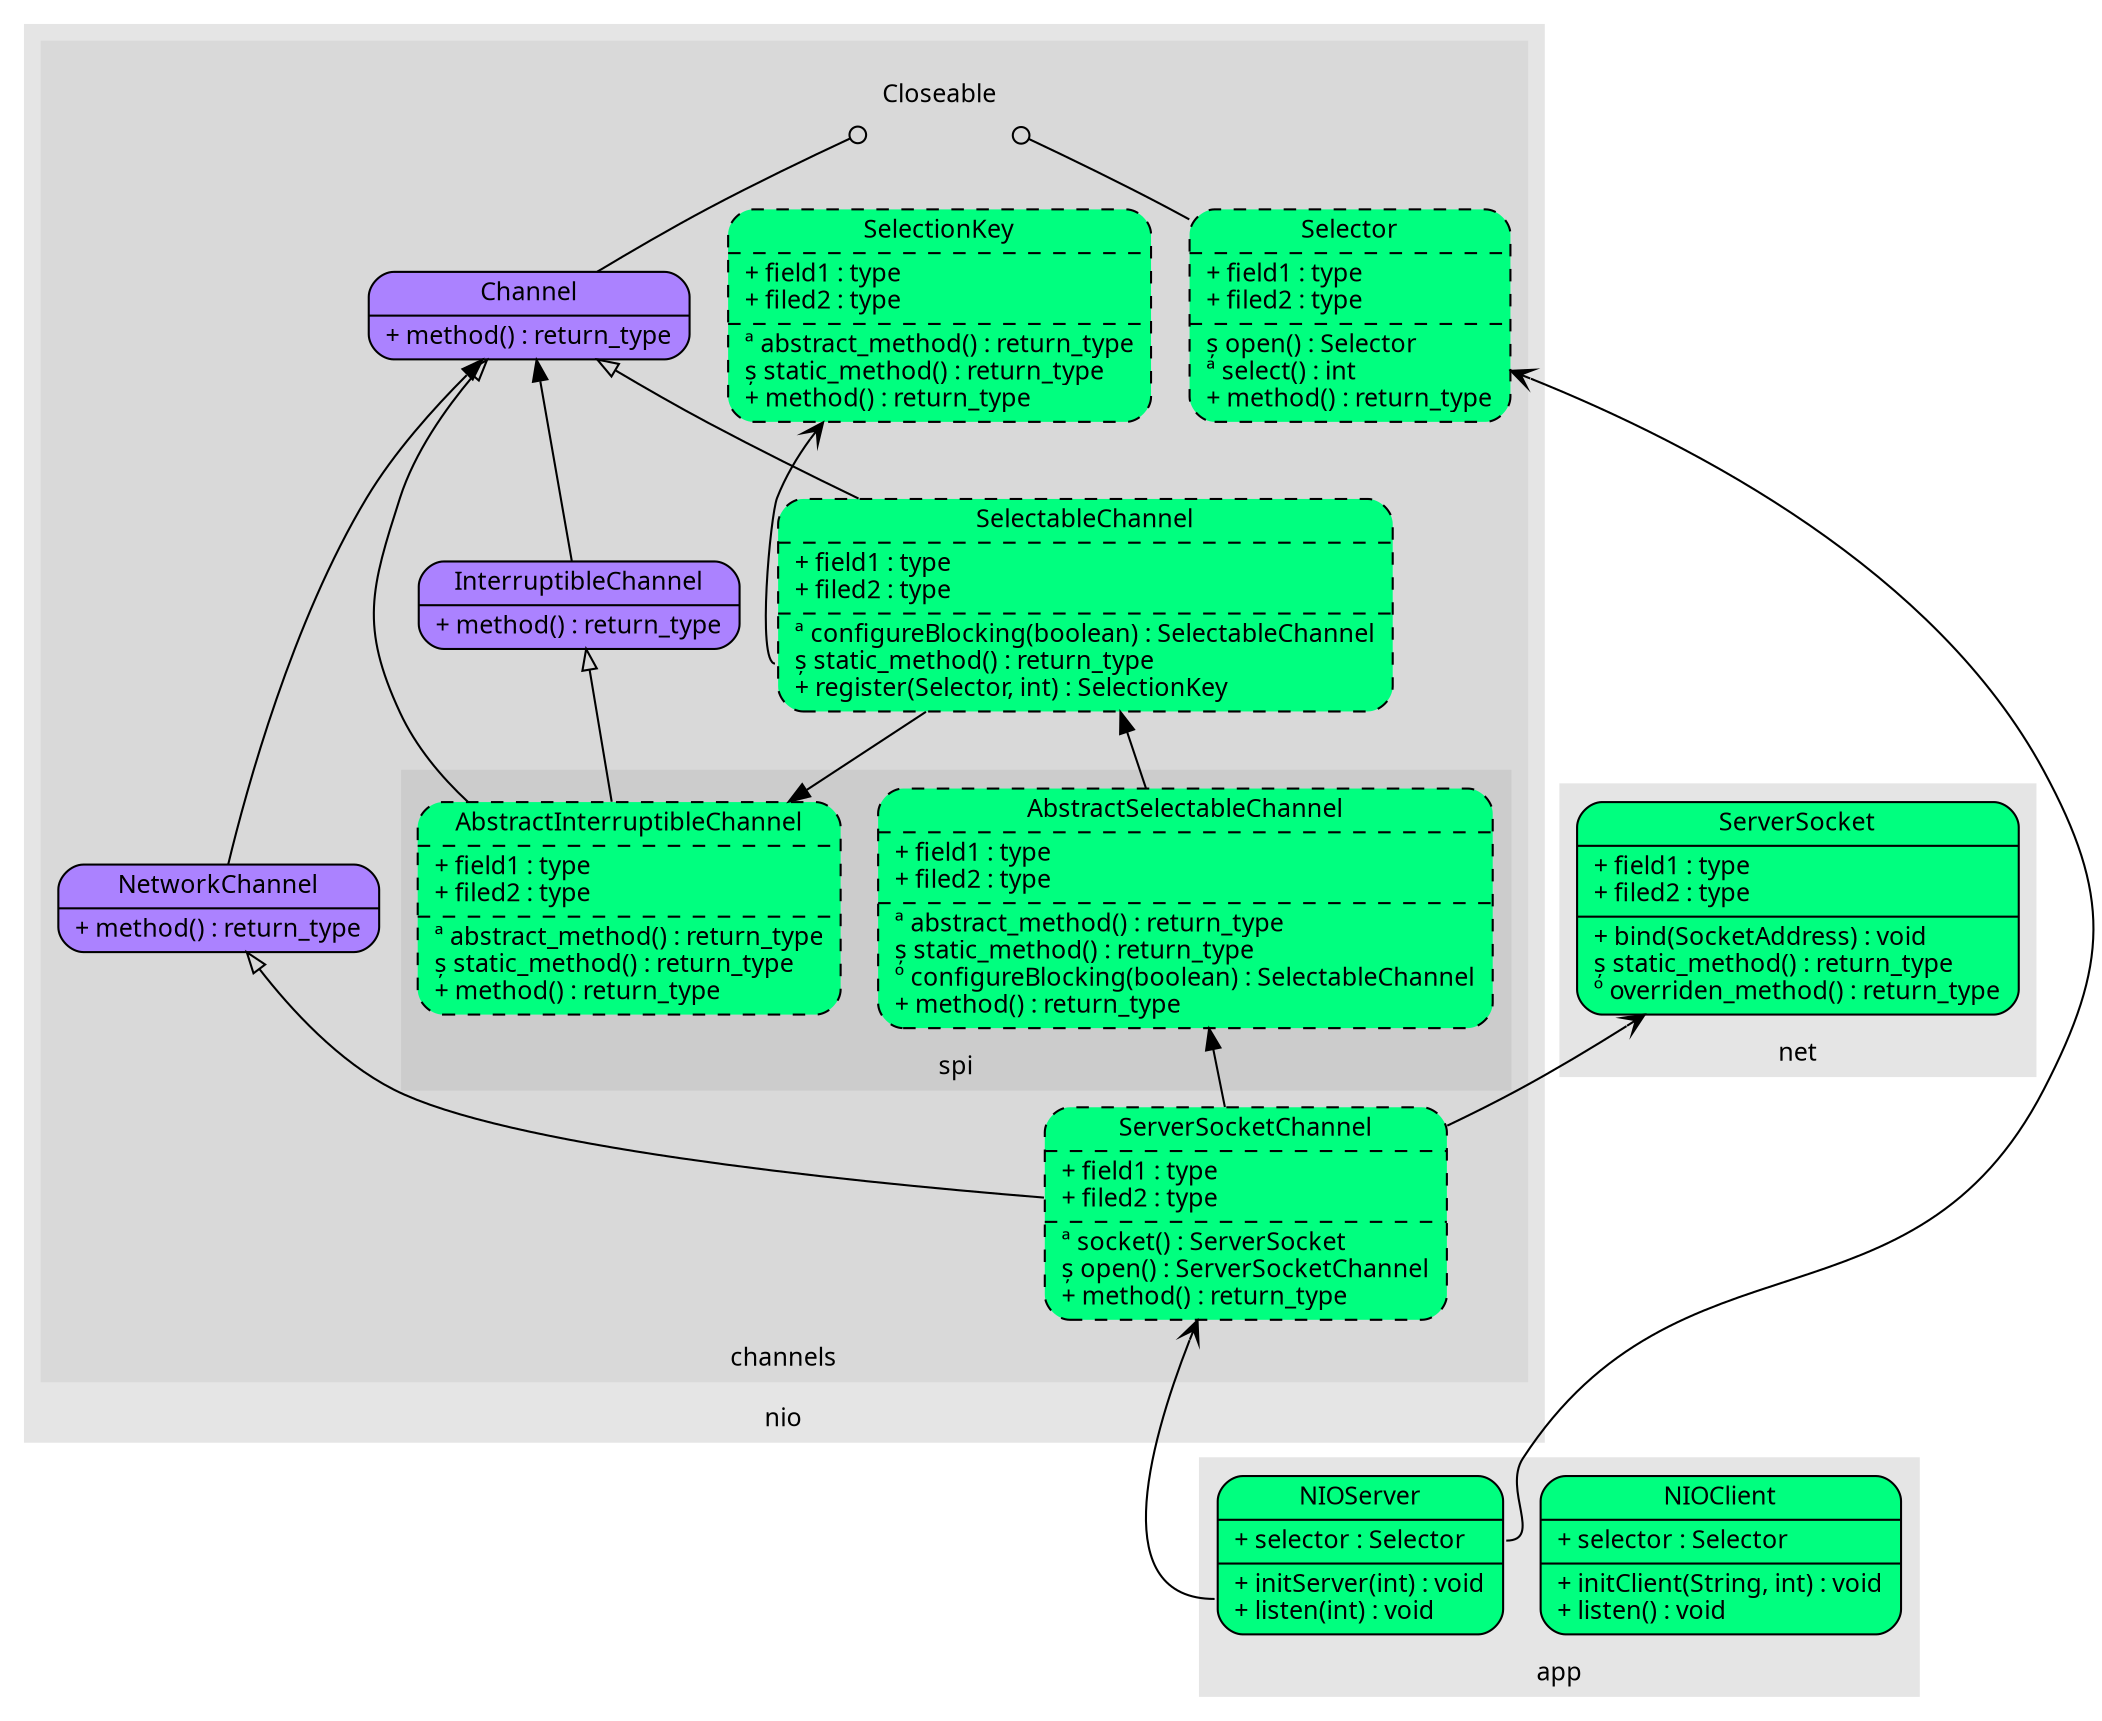
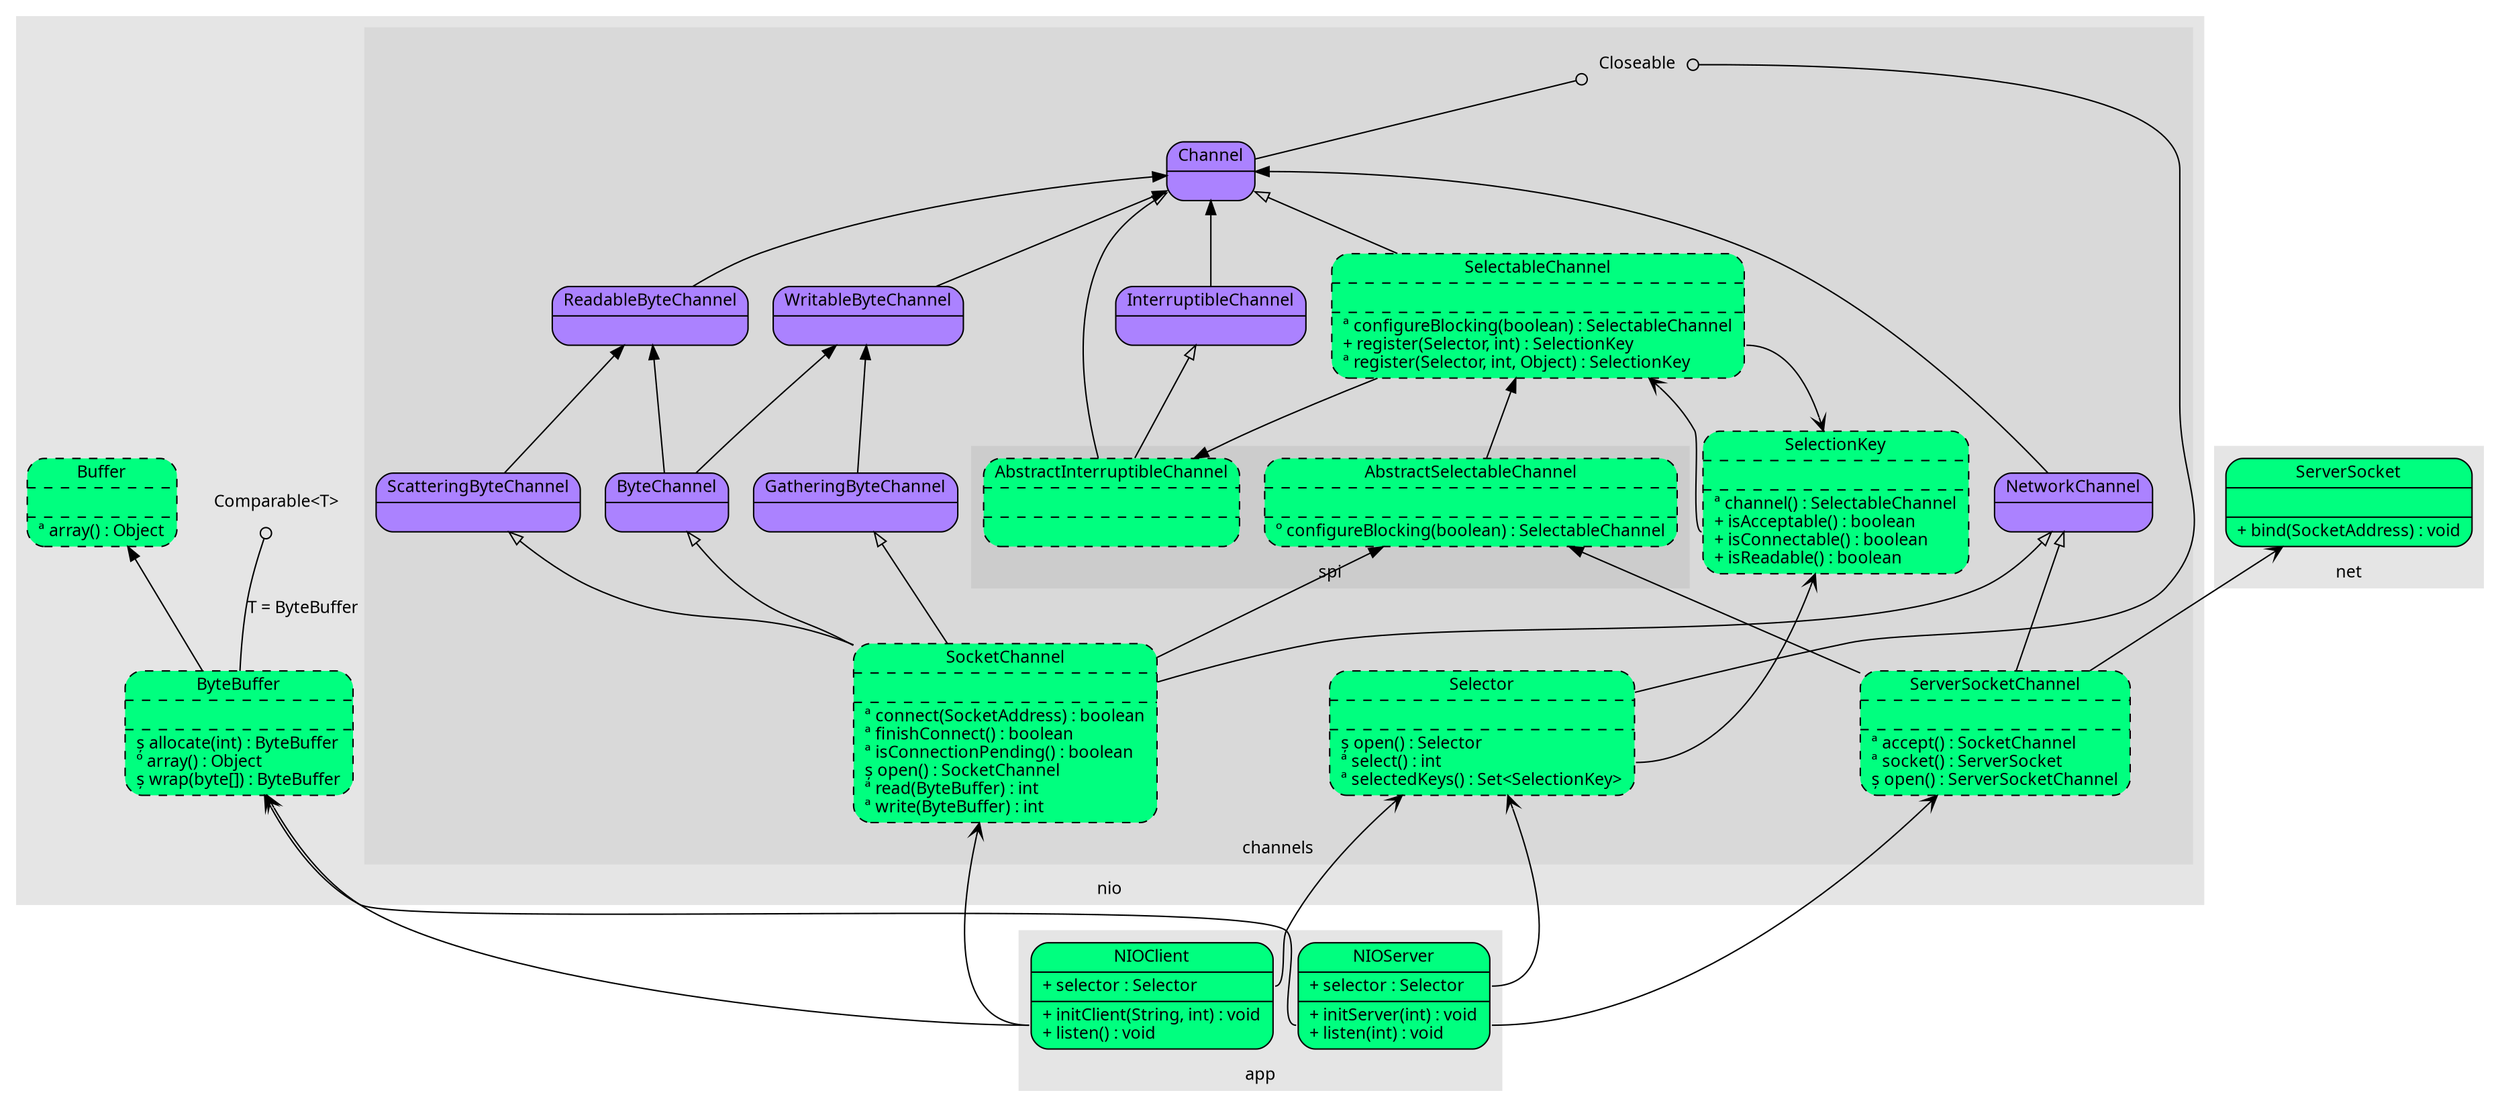
digraph io {
	rankdir = BT;
    fontname = "Verdana";
    fontsize = 12;
    node [fontname = "Verdana", fontsize = 12, shape = "record"];
    edge [fontname = "Verdana", fontsize = 12];

	subgraph cluster10 {
		label = "app";
		style = filled;
		color = grey90;
		NIOClient [label = "{<f0>NIOClient|<f1>+ selector : Selector\l|<f2>+ initClient(String, int) : void\l+ listen() : void\l}", style = "rounded, filled", fillcolor = "springgreen"];
		NIOServer [label = "{<f0>NIOServer|<f1>+ selector : Selector\l|<f2>+ initServer(int) : void\l+ listen(int) : void\l}", style = "rounded, filled", fillcolor = "springgreen"];
	}

	subgraph cluster25 {
		label = "net";
		style = filled;
		color = grey90;
- 		ServerSocket [label = "{<f0>ServerSocket|<f1>+ field1 : type\l+ filed2 : type\l|<f2>+ bind(SocketAddress) : void\l&#537; static_method() : return_type\l&#186; overriden_method() : return_type\l}", style = "rounded, filled", fillcolor = "springgreen"];
+ 		ServerSocket [label = "{<f0>ServerSocket|<f1>|<f2>+ bind(SocketAddress) : void\l}", style = "rounded, filled", fillcolor = "springgreen"];
	}

	subgraph cluster50 {
		label = "nio";
		style = filled;
		color = grey90;
+ 		Buffer [label = "{<f0>Buffer|<f1>|<f2>&#170; array() : Object\l}", style = "rounded, filled, dashed", fillcolor = "springgreen"];
+ 		ByteBuffer [label = "{<f0>ByteBuffer|<f1>|<f2>&#537; allocate(int) : ByteBuffer\l&#186; array() : Object\l&#537; wrap(byte[]) : ByteBuffer\l}", style = "rounded, filled, dashed", fillcolor = "springgreen"];
+ 		Comparable [shape = "plaintext", label = "Comparable&lt;T&gt;"];

		subgraph cluster50 {
			label = "channels";
			style = filled;
			color = grey85;
- 			Channel [label = "{<f0>Channel|<f2>+ method() : return_type\l}", style = "rounded, filled", fillcolor = "mediumpurple1"];
+ 			ByteChannel [label = "{<f0>ByteChannel|<f2>}", style = "rounded, filled", fillcolor = "mediumpurple1"];
+ 			Channel [label = "{<f0>Channel|<f2>}", style = "rounded, filled", fillcolor = "mediumpurple1"];
			Closeable [shape = "plaintext", label = "Closeable"];
- 			InterruptibleChannel [label = "{<f0>InterruptibleChannel|<f2>+ method() : return_type\l}", style = "rounded, filled", fillcolor = "mediumpurple1"];
- 			NetworkChannel [label = "{<f0>NetworkChannel|<f2>+ method() : return_type\l}", style = "rounded, filled", fillcolor = "mediumpurple1"];
- 			SelectableChannel [label = "{<f0>SelectableChannel|<f1>+ field1 : type\l+ filed2 : type\l|<f2>&#170; configureBlocking(boolean) : SelectableChannel\l&#537; static_method() : return_type\l+ register(Selector, int) : SelectionKey\l}", style = "rounded, filled, dashed", fillcolor = "springgreen"];
- 			SelectionKey [label = "{<f0>SelectionKey|<f1>+ field1 : type\l+ filed2 : type\l|<f2>&#170; abstract_method() : return_type\l&#537; static_method() : return_type\l+ method() : return_type\l}", style = "rounded, filled, dashed", fillcolor = "springgreen"];
- 			Selector [label = "{<f0>Selector|<f1>+ field1 : type\l+ filed2 : type\l|<f2>&#537; open() : Selector\l&#170; select() : int\l+ method() : return_type\l}", style = "rounded, filled, dashed", fillcolor = "springgreen"];
- 			ServerSocketChannel [label = "{<f0>ServerSocketChannel|<f1>+ field1 : type\l+ filed2 : type\l|<f2>&#170; socket() : ServerSocket\l&#537; open() : ServerSocketChannel\l+ method() : return_type\l}", style = "rounded, filled, dashed", fillcolor = "springgreen"];
+ 			GatheringByteChannel [label = "{<f0>GatheringByteChannel|<f2>}", style = "rounded, filled", fillcolor = "mediumpurple1"];
+ 			InterruptibleChannel [label = "{<f0>InterruptibleChannel|<f2>}", style = "rounded, filled", fillcolor = "mediumpurple1"];
+ 			NetworkChannel [label = "{<f0>NetworkChannel|<f2>}", style = "rounded, filled", fillcolor = "mediumpurple1"];
+ 			ReadableByteChannel [label = "{<f0>ReadableByteChannel|<f2>}", style = "rounded, filled", fillcolor = "mediumpurple1"];
+ 			ScatteringByteChannel [label = "{<f0>ScatteringByteChannel|<f2>}", style = "rounded, filled", fillcolor = "mediumpurple1"];
+ 			SelectableChannel [label = "{<f0>SelectableChannel|<f1>|<f2>&#170; configureBlocking(boolean) : SelectableChannel\l+ register(Selector, int) : SelectionKey\l&#170; register(Selector, int, Object) : SelectionKey\l}", style = "rounded, filled, dashed", fillcolor = "springgreen"];
+ 			SelectionKey [label = "{<f0>SelectionKey|<f1>|<f2>&#170; channel() : SelectableChannel\l+ isAcceptable() : boolean\l+ isConnectable() : boolean\l+ isReadable() : boolean\l}", style = "rounded, filled, dashed", fillcolor = "springgreen"];
+ 			Selector [label = "{<f0>Selector|<f1>|<f2>&#537; open() : Selector\l&#170; select() : int\l&#170; selectedKeys() : Set&lt;SelectionKey&gt;\l}", style = "rounded, filled, dashed", fillcolor = "springgreen"];
+ 			ServerSocketChannel [label = "{<f0>ServerSocketChannel|<f1>|<f2>&#170; accept() : SocketChannel\l&#170; socket() : ServerSocket\l&#537; open() : ServerSocketChannel\l}", style = "rounded, filled, dashed", fillcolor = "springgreen"];
+ 			SocketChannel [label = "{<f0>SocketChannel|<f1>|<f2>&#170; connect(SocketAddress) : boolean\l&#170; finishConnect() : boolean\l&#170; isConnectionPending() : boolean\l&#537; open() : SocketChannel\l&#170; read(ByteBuffer) : int\l&#170; write(ByteBuffer) : int\l}", style = "rounded, filled, dashed", fillcolor = "springgreen"];
+ 			WritableByteChannel [label = "{<f0>WritableByteChannel|<f2>}", style = "rounded, filled", fillcolor = "mediumpurple1"];

			subgraph cluster50 {
				label = "spi";
				style = filled;
				color = grey80;
- 				AbstractInterruptibleChannel [label = "{<f0>AbstractInterruptibleChannel|<f1>+ field1 : type\l+ filed2 : type\l|<f2>&#170; abstract_method() : return_type\l&#537; static_method() : return_type\l+ method() : return_type\l}", style = "rounded, filled, dashed", fillcolor = "springgreen"];
- 				AbstractSelectableChannel [label = "{<f0>AbstractSelectableChannel|<f1>+ field1 : type\l+ filed2 : type\l|<f2>&#170; abstract_method() : return_type\l&#537; static_method() : return_type\l&#186; configureBlocking(boolean) : SelectableChannel\l+ method() : return_type\l}", style = "rounded, filled, dashed", fillcolor = "springgreen"];
+ 				AbstractInterruptibleChannel [label = "{<f0>AbstractInterruptibleChannel|<f1>|<f2>}", style = "rounded, filled, dashed", fillcolor = "springgreen"];
+ 				AbstractSelectableChannel [label = "{<f0>AbstractSelectableChannel|<f1>|<f2>&#186; configureBlocking(boolean) : SelectableChannel\l}", style = "rounded, filled, dashed", fillcolor = "springgreen"];
			}

		}
	}


	// interface_minor [shape = "plaintext", label = "Interface_minor"];
	// interface [label = "{<f0>Interface|<f2>+ method() : return_type\l}", style = "rounded, filled", fillcolor = "mediumpurple1"];
	// abstract_class [label = "{<f0>Abstract_Class|<f1>+ field1 : type\l+ filed2 : type\l|<f2>&#170; abstract_method() : return_type\l&#537; static_method() : return_type\l+ method() : return_type\l}", style = "rounded, filled, dashed", fillcolor = "springgreen"];
	// class [label = "{<f0>Class|<f1>+ field1 : type\l+ filed2 : type\l|<f2>+ method() : return_type\l&#537; static_method() : return_type\l&#186; overriden_method() : return_type\l}", style = "rounded, filled", fillcolor = "springgreen"];

	/*
	subgraph cluster {
		label = "";
		style = filled;
		color = grey90;
	}
	*/

	NIOServer:f1 -> Selector [arrowhead = "vee"];
	Selector -> Closeable [arrowhead = "odot"];
+ 	Selector:f2 -> SelectionKey [arrowhead = "vee"];
	NIOServer:f2 -> ServerSocketChannel [arrowhead = "vee"];
	ServerSocketChannel -> AbstractSelectableChannel;
	AbstractSelectableChannel -> SelectableChannel;
	SelectableChannel -> AbstractInterruptibleChannel;
	AbstractInterruptibleChannel -> Channel [arrowhead = "empty"];
	AbstractInterruptibleChannel -> InterruptibleChannel [arrowhead = "empty"];
	InterruptibleChannel -> Channel;
	Channel -> Closeable [arrowhead = "odot"];
	SelectableChannel -> Channel [arrowhead = "empty"];
	SelectableChannel:f2 -> SelectionKey [arrowhead = "vee"];
+ 	SelectionKey:f2 -> SelectableChannel [arrowhead = "vee"];
	ServerSocketChannel -> NetworkChannel [arrowhead = "empty"];
	NetworkChannel -> Channel;
	ServerSocketChannel -> ServerSocket [arrowhead = "vee"];
+ 	NIOServer:f2 -> ByteBuffer [arrowhead = "vee"];
+ 	ByteBuffer -> Buffer;
+ 	ByteBuffer -> Comparable [arrowhead = "odot", label = "T = ByteBuffer"];
+ 
+ 	NIOClient:f2 -> SocketChannel [arrowhead = "vee"];
+ 	SocketChannel -> AbstractSelectableChannel;
+ 	SocketChannel -> NetworkChannel [arrowhead = "empty"];
+ 	SocketChannel -> ByteChannel [arrowhead = "empty"];
+ 	ByteChannel -> ReadableByteChannel;
+ 	ReadableByteChannel -> Channel;
+ 	ByteChannel -> WritableByteChannel;
+ 	WritableByteChannel -> Channel;
+ 	SocketChannel -> ScatteringByteChannel [arrowhead = "empty"];
+ 	ScatteringByteChannel -> ReadableByteChannel;
+ 	SocketChannel -> GatheringByteChannel [arrowhead = "empty"];
+ 	GatheringByteChannel -> WritableByteChannel;
+ 	NIOClient:f1 -> Selector [arrowhead = "vee"];
+ 	NIOClient:f2 -> ByteBuffer [arrowhead = "vee"];


	// Implementation -> Interface [arrowhead = "empty"];
	// Subclass -> Class;
	// Referer -> Referee [arrowhead = "vee"];
	// Implementation -> InterfaceMinor [arrowhead = "odot"];


	// current is current_progress_item
}
